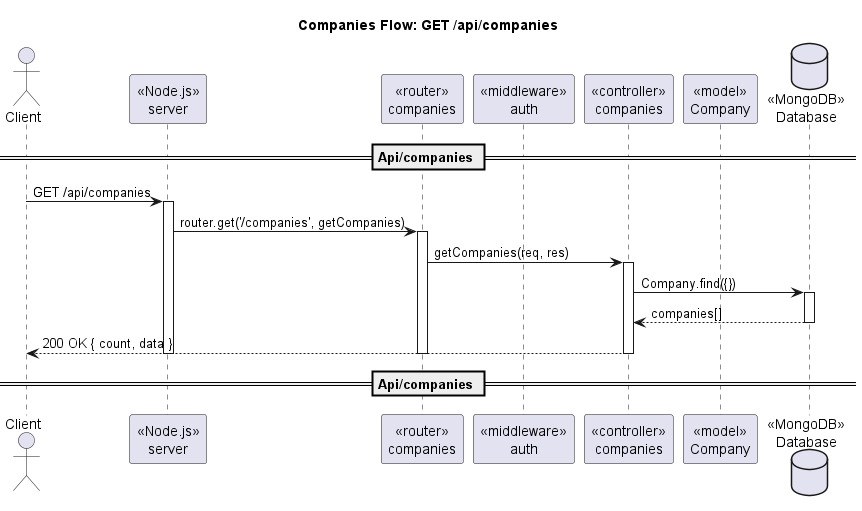
Before: out/docs/diagram/sequence/seq_companies_get.png, a diagram exported from PlantUML (098ff/ArtmaybeDEV).
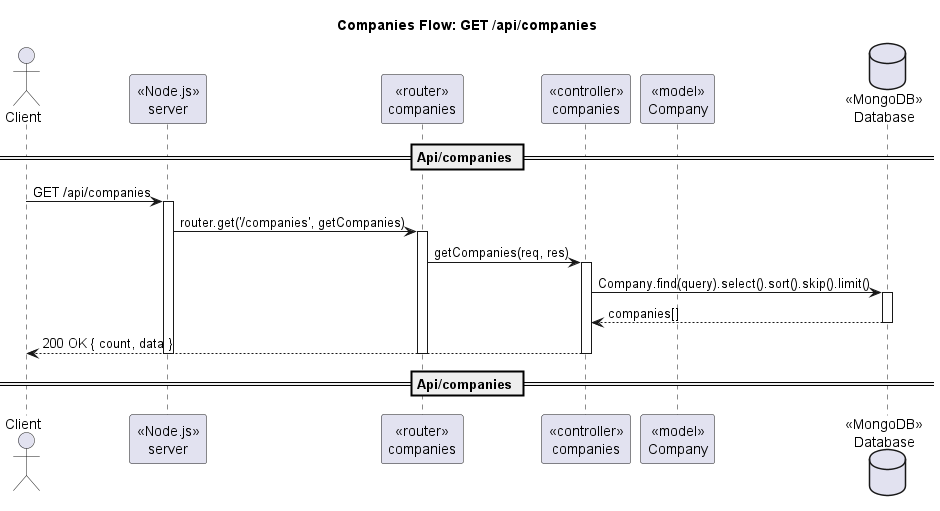
Above is the later version.

Change to the diagram source:
```diff
@@ -3,7 +3,6 @@
 actor Client
 participant "«Node.js»\nserver" as Server
 participant "«router»\ncompanies" as Router
-participant "«middleware»\nauth" as AuthMW
 participant "«controller»\ncompanies" as Ctrl
 participant "«model»\nCompany" as CompanyModel
 database "«MongoDB»\nDatabase" as DB
@@ -15,7 +14,7 @@
 activate Router
 Router -> Ctrl : getCompanies(req, res)
 activate Ctrl
-Ctrl -> DB : Company.find({})
+Ctrl -> DB : Company.find(query).select().sort().skip().limit()
 activate DB
 DB --> Ctrl : companies[]
 deactivate DB
```
